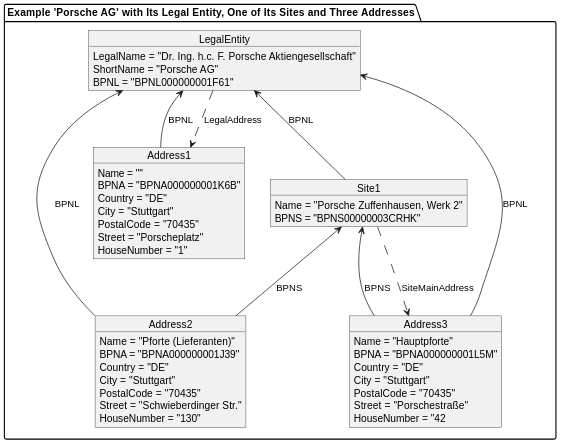
Above: docs/standards/CX-0010-BusinessPartnerNumber/assets/diagrams/object/example-for-bpn.svg in catenax-eV/catenax-ev.github.io (PlantUML), before the change. Source of this version:
```plantuml
@startuml example-for-bpn

skinparam dpi 50

package "Example 'Porsche AG' with Its Legal Entity, One of Its Sites and Three Addresses" {
  object LegalEntity {
    LegalName = "Dr. Ing. h.c. F. Porsche Aktiengesellschaft"
    ShortName = "Porsche AG"
    BPNL = "BPNL000000001F61"
  }

  object Address1 {
    Name = ""
    BPNA = "BPNA000000001K6B"
    Country = "DE"
    City = "Stuttgart"
    PostalCode = "70435"
    Street = "Porscheplatz"
    HouseNumber = "1"
  }

  object Address2 {
    Name = "Pforte (Lieferanten)"
    BPNA = "BPNA000000001J39"
    Country = "DE"
    City = "Stuttgart"
    PostalCode = "70435"
    Street = "Schwieberdinger Str."
    HouseNumber = "130"
  }

  object Address3 {
    Name = "Hauptpforte"
    BPNA = "BPNA000000001L5M"
    Country = "DE"
    City = "Stuttgart"
    PostalCode = "70435"
    Street = "Porschestraße"
    HouseNumber = "42
  }

  object Site1 {
    Name = "Porsche Zuffenhausen, Werk 2"
    BPNS = "BPNS00000003CRHK"
  }


  LegalEntity .d.> Address1 : LegalAddress
  Site1 .d.> Address3 : SiteMainAddress
  Address1 -u-> LegalEntity : BPNL
  Address2 -u-> Site1 : BPNS
  Address2 -u-> LegalEntity : BPNL
  Address3 -u-> Site1 : BPNS
  Address3 -u-> LegalEntity : BPNL
  Site1 -u-> LegalEntity : BPNL
}

@enduml
```
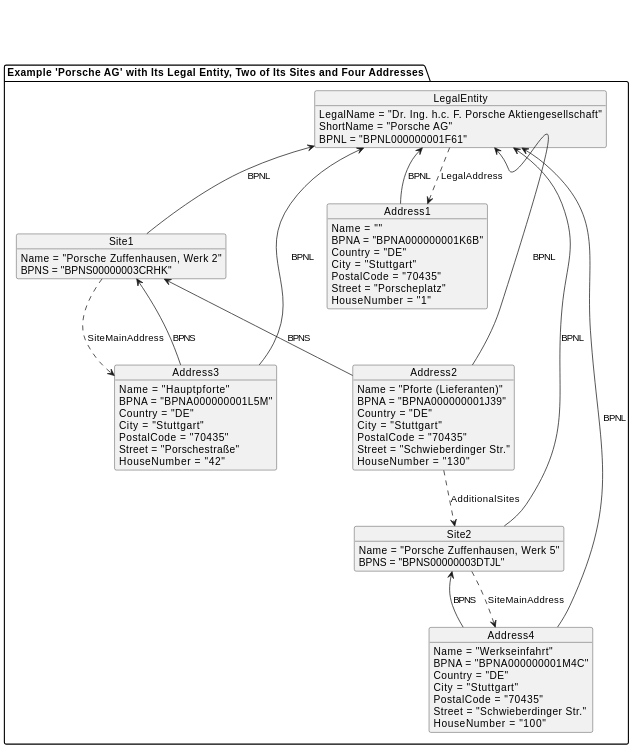
Above is the later version.

Diff of the diagram source:
```diff
@@ -1,8 +1,7 @@
-@startuml example-for-bpn
-
+@startuml
 skinparam dpi 50
 
-package "Example 'Porsche AG' with Its Legal Entity, One of Its Sites and Three Addresses" {
+package "Example 'Porsche AG' with Its Legal Entity, Two of Its Sites and Four Addresses" {
   object LegalEntity {
     LegalName = "Dr. Ing. h.c. F. Porsche Aktiengesellschaft"
     ShortName = "Porsche AG"
@@ -36,7 +35,17 @@
     City = "Stuttgart"
     PostalCode = "70435"
     Street = "Porschestraße"
-    HouseNumber = "42
+    HouseNumber = "42"
+  }
+
+  object Address4 {
+    Name = "Werkseinfahrt"
+    BPNA = "BPNA000000001M4C"
+    Country = "DE"
+    City = "Stuttgart"
+    PostalCode = "70435"
+    Street = "Schwieberdinger Str."
+    HouseNumber = "100"
   }
 
   object Site1 {
@@ -44,15 +53,24 @@
     BPNS = "BPNS00000003CRHK"
   }
 
+  object Site2 {
+    Name = "Porsche Zuffenhausen, Werk 5"
+    BPNS = "BPNS00000003DTJL"
+  }
+
 
   LegalEntity .d.> Address1 : LegalAddress
   Site1 .d.> Address3 : SiteMainAddress
+  Site2 .d.> Address4 : SiteMainAddress
   Address1 -u-> LegalEntity : BPNL
   Address2 -u-> Site1 : BPNS
   Address2 -u-> LegalEntity : BPNL
+  Address2 ..> Site2 : AdditionalSites
   Address3 -u-> Site1 : BPNS
   Address3 -u-> LegalEntity : BPNL
+  Address4 -u-> Site2 : BPNS
+  Address4 -u-> LegalEntity : BPNL
   Site1 -u-> LegalEntity : BPNL
+  Site2 -u-> LegalEntity : BPNL
 }
-
 @enduml
```
